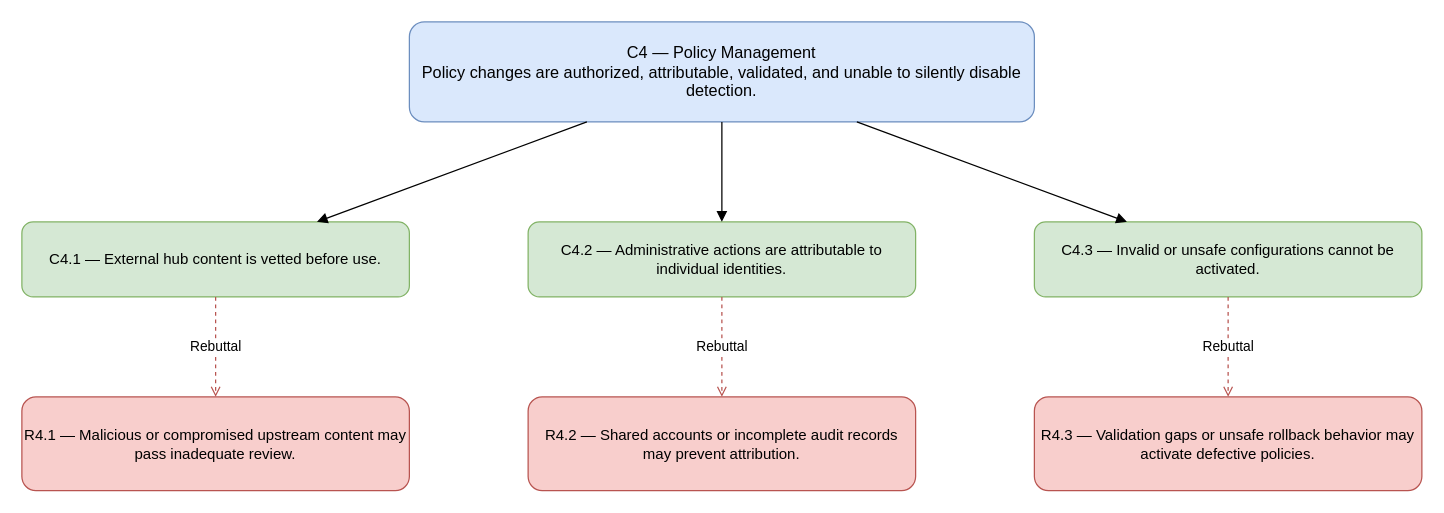
HapticLazier2/CSCI-8420-Group-2 keeps this draw.io diagram as page "C4 Policy Management" (4 of 5) of resources/static/assurane-claims/top-level-claims-subclaims-rebuttals-v1.drawio. Above is the earlier version. Source tidied: cells renumbered, new cells numbered last; positions are measured from the earlier drawing's top-left corner, leaving out a move shared by most shapes. Both pictures are drawn from the tidied source at 125%, with x=0, y=0 at pixel (21, 21).
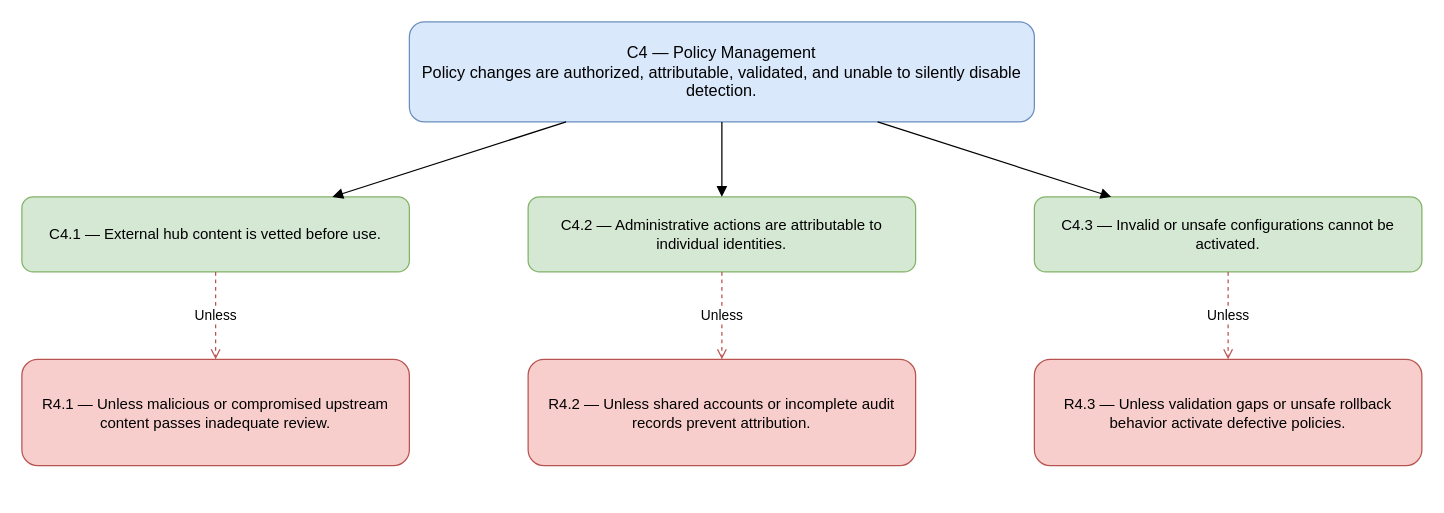
Above is the later version.

Commit message (it also covers changes not shown here):
Modified the rebuttals to ensure the 'Unless' word exists

What changed in the source:
```diff
@@
 <mxGraphModel>
   <root>
     <mxCell id="0" />
     <mxCell id="1" parent="0" />
     <mxCell id="2" value="C4 — Policy Management&#10;Policy changes are authorized, attributable, validated, and unable to silently disable detection." style="rounded=1;whiteSpace=wrap;html=1;fillColor=#dae8fc;strokeColor=#6c8ebf;fontSize=13;" parent="1" vertex="1">
       <mxGeometry x="310" width="500" height="80" as="geometry" />
     </mxCell>
     <mxCell id="3" value="C4.1 — External hub content is vetted before use." style="rounded=1;whiteSpace=wrap;html=1;fillColor=#d5e8d4;strokeColor=#82b366;" parent="1" vertex="1">
-      <mxGeometry y="160" width="310" height="60" as="geometry" />
+      <mxGeometry y="140" width="310" height="60" as="geometry" />
     </mxCell>
     <mxCell id="4" value="C4.2 — Administrative actions are attributable to individual identities." style="rounded=1;whiteSpace=wrap;html=1;fillColor=#d5e8d4;strokeColor=#82b366;" parent="1" vertex="1">
-      <mxGeometry x="405" y="160" width="310" height="60" as="geometry" />
+      <mxGeometry x="405" y="140" width="310" height="60" as="geometry" />
     </mxCell>
     <mxCell id="5" value="C4.3 — Invalid or unsafe configurations cannot be activated." style="rounded=1;whiteSpace=wrap;html=1;fillColor=#d5e8d4;strokeColor=#82b366;" parent="1" vertex="1">
-      <mxGeometry x="810" y="160" width="310" height="60" as="geometry" />
+      <mxGeometry x="810" y="140" width="310" height="60" as="geometry" />
     </mxCell>
-    <mxCell id="6" value="R4.1 — Malicious or compromised upstream content may pass inadequate review." style="rounded=1;whiteSpace=wrap;html=1;fillColor=#f8cecc;strokeColor=#b85450;" parent="1" vertex="1">
-      <mxGeometry y="300" width="310" height="75" as="geometry" />
+    <mxCell id="6" value="R4.1 — Unless malicious or compromised upstream content passes inadequate review." style="rounded=1;whiteSpace=wrap;html=1;fillColor=#f8cecc;strokeColor=#b85450;" parent="1" vertex="1">
+      <mxGeometry y="270" width="310" height="85" as="geometry" />
     </mxCell>
-    <mxCell id="7" value="R4.2 — Shared accounts or incomplete audit records may prevent attribution." style="rounded=1;whiteSpace=wrap;html=1;fillColor=#f8cecc;strokeColor=#b85450;" parent="1" vertex="1">
-      <mxGeometry x="405" y="300" width="310" height="75" as="geometry" />
+    <mxCell id="7" value="R4.2 — Unless shared accounts or incomplete audit records prevent attribution." style="rounded=1;whiteSpace=wrap;html=1;fillColor=#f8cecc;strokeColor=#b85450;" parent="1" vertex="1">
+      <mxGeometry x="405" y="270" width="310" height="85" as="geometry" />
     </mxCell>
-    <mxCell id="8" value="R4.3 — Validation gaps or unsafe rollback behavior may activate defective policies." style="rounded=1;whiteSpace=wrap;html=1;fillColor=#f8cecc;strokeColor=#b85450;" parent="1" vertex="1">
-      <mxGeometry x="810" y="300" width="310" height="75" as="geometry" />
+    <mxCell id="8" value="R4.3 — Unless validation gaps or unsafe rollback behavior activate defective policies." style="rounded=1;whiteSpace=wrap;html=1;fillColor=#f8cecc;strokeColor=#b85450;" parent="1" vertex="1">
+      <mxGeometry x="810" y="270" width="310" height="85" as="geometry" />
     </mxCell>
     <mxCell id="9" style="endArrow=block;html=1;" parent="1" edge="1" source="2" target="3">
       <mxGeometry relative="1" as="geometry" />
     </mxCell>
     <mxCell id="10" style="endArrow=block;html=1;" parent="1" edge="1" source="2" target="4">
       <mxGeometry relative="1" as="geometry" />
     </mxCell>
     <mxCell id="11" style="endArrow=block;html=1;" parent="1" edge="1" source="2" target="5">
       <mxGeometry relative="1" as="geometry" />
     </mxCell>
-    <mxCell id="12" value="Rebuttal" style="endArrow=open;dashed=1;strokeColor=#b85450;html=1;" parent="1" edge="1" source="3" target="6">
+    <mxCell id="12" value="Unless" style="dashed=1;endArrow=open;strokeColor=#b85450;html=1;" parent="1" edge="1" source="3" target="6">
       <mxGeometry relative="1" as="geometry" />
     </mxCell>
-    <mxCell id="13" value="Rebuttal" style="endArrow=open;dashed=1;strokeColor=#b85450;html=1;" parent="1" edge="1" source="4" target="7">
+    <mxCell id="13" value="Unless" style="dashed=1;endArrow=open;strokeColor=#b85450;html=1;" parent="1" edge="1" source="4" target="7">
       <mxGeometry relative="1" as="geometry" />
     </mxCell>
-    <mxCell id="14" value="Rebuttal" style="endArrow=open;dashed=1;strokeColor=#b85450;html=1;" parent="1" edge="1" source="5" target="8">
+    <mxCell id="14" value="Unless" style="dashed=1;endArrow=open;strokeColor=#b85450;html=1;" parent="1" edge="1" source="5" target="8">
       <mxGeometry relative="1" as="geometry" />
     </mxCell>
   </root>
 </mxGraphModel>
```
